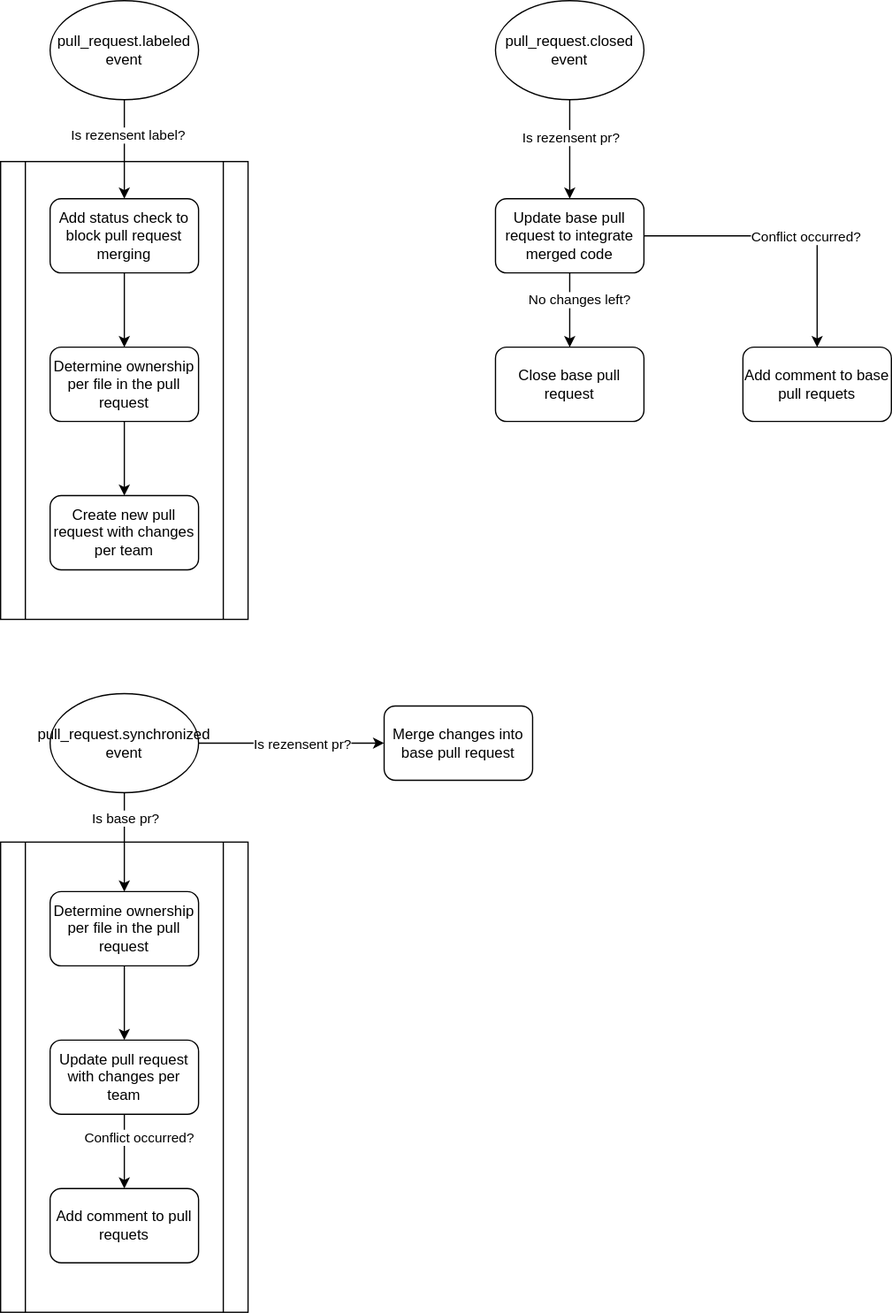
The draw.io diagram docs/process.drawio.svg in KnisterPeter/rezensent, before a commit. Source tidied: cells renumbered, new cells last; positions are measured from the earlier drawing's top-left corner, leaving out a move shared by most shapes.
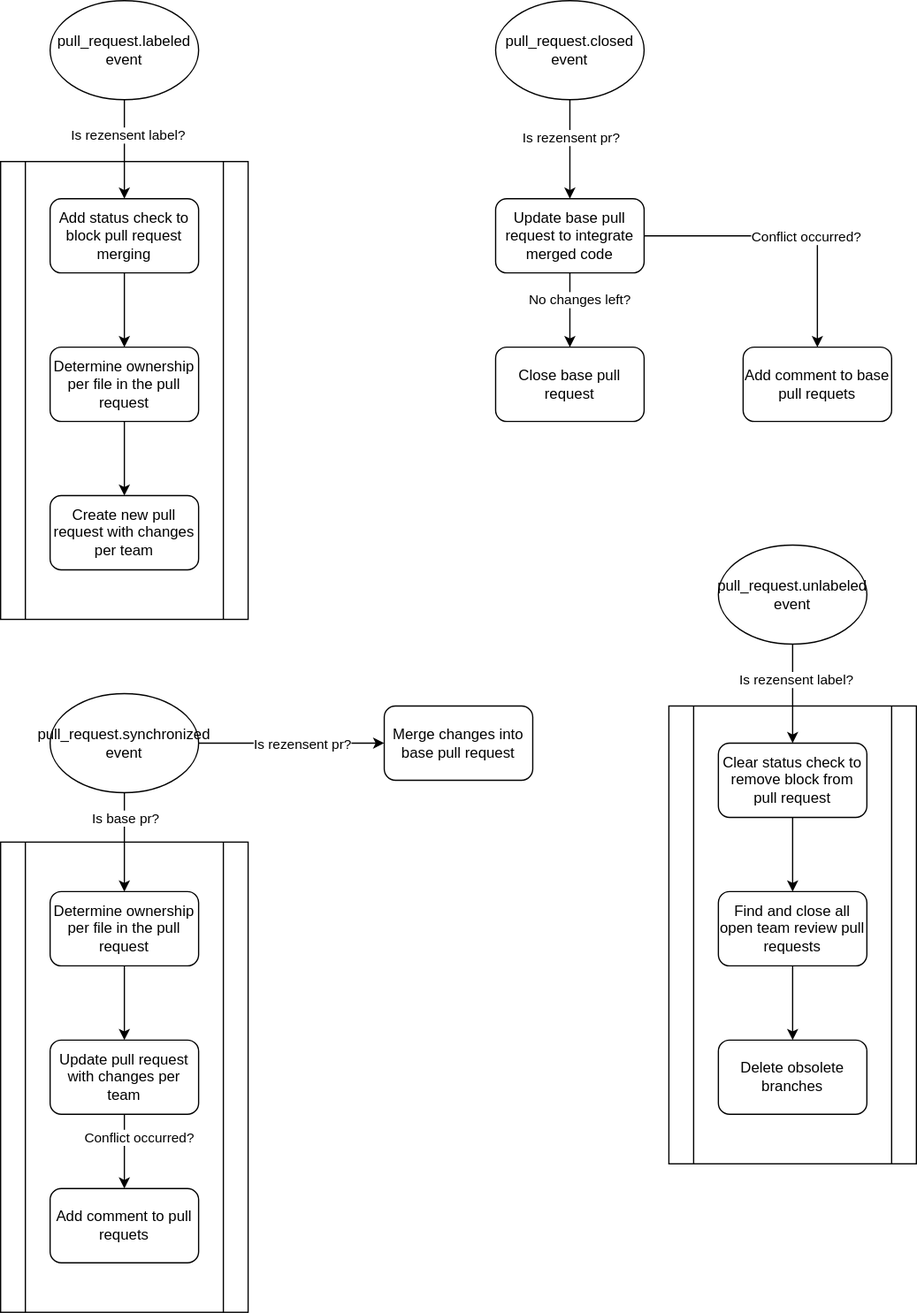
After the change.

Commit message:
docs: update flow chart

Change to the diagram source:
```diff
@@ -108,5 +108,32 @@
     <mxCell id="33" value="Merge changes into base pull request" style="rounded=1;whiteSpace=wrap;html=1;" parent="1" vertex="1">
       <mxGeometry x="310" y="570" width="120" height="60" as="geometry" />
     </mxCell>
+    <mxCell id="34" style="shape=process;whiteSpace=wrap;html=1;backgroundOutline=1;" parent="1" vertex="1">
+      <mxGeometry x="540" y="570" width="200" height="370" as="geometry" />
+    </mxCell>
+    <mxCell id="35" style="edgeStyle=orthogonalEdgeStyle;rounded=0;jettySize=auto;html=1;entryX=0.5;entryY=0;entryDx=0;entryDy=0;" parent="1" edge="1" source="36" target="38">
+      <mxGeometry relative="1" as="geometry" />
+    </mxCell>
+    <mxCell id="36" value="Clear status check to remove block from pull request" style="rounded=1;whiteSpace=wrap;html=1;" parent="1" vertex="1">
+      <mxGeometry x="580" y="600" width="120" height="60" as="geometry" />
+    </mxCell>
+    <mxCell id="37" style="edgeStyle=orthogonalEdgeStyle;rounded=0;jettySize=auto;html=1;entryX=0.5;entryY=0;entryDx=0;entryDy=0;" parent="1" edge="1" source="38" target="39">
+      <mxGeometry relative="1" as="geometry" />
+    </mxCell>
+    <mxCell id="38" value="Find and close all open team review pull requests" style="rounded=1;whiteSpace=wrap;html=1;" parent="1" vertex="1">
+      <mxGeometry x="580" y="720" width="120" height="60" as="geometry" />
+    </mxCell>
+    <mxCell id="39" value="Delete obsolete branches" style="rounded=1;whiteSpace=wrap;html=1;" parent="1" vertex="1">
+      <mxGeometry x="580" y="840" width="120" height="60" as="geometry" />
+    </mxCell>
+    <mxCell id="40" style="edgeStyle=orthogonalEdgeStyle;rounded=0;jettySize=auto;html=1;entryX=0.5;entryY=0;entryDx=0;entryDy=0;" parent="1" edge="1" source="42" target="36">
+      <mxGeometry relative="1" as="geometry" />
+    </mxCell>
+    <mxCell id="41" value="Is rezensent label?" style="edgeLabel;html=1;align=center;verticalAlign=middle;" parent="40" vertex="1">
+      <mxGeometry x="-0.3" y="2" relative="1" as="geometry" />
+    </mxCell>
+    <mxCell id="42" value="pull_request.unlabeled event" style="ellipse;whiteSpace=wrap;html=1;" parent="1" vertex="1">
+      <mxGeometry x="580" y="440" width="120" height="80" as="geometry" />
+    </mxCell>
   </root>
 </mxGraphModel>
```
